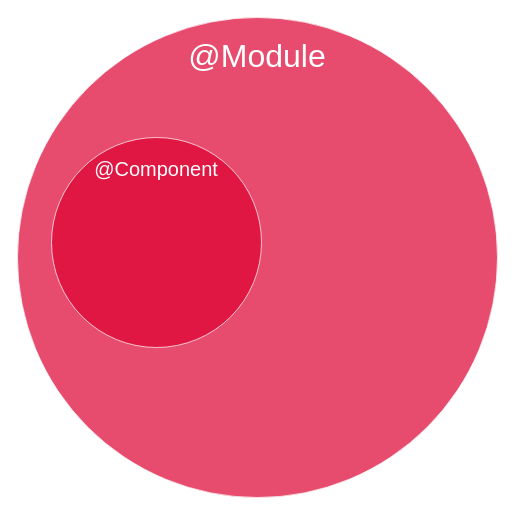
This is page "Angular" (4 of 5) of TypeScript.drawio from gjungb/Zeichnungen, a draw.io file, before an edit. Source tidied: cells renumbered, new cells numbered last; positions are measured from the earlier drawing's top-left corner, leaving out a move shared by most shapes. Both pictures are drawn from the tidied source at 100%, with x=0, y=0 at pixel (17, 17).
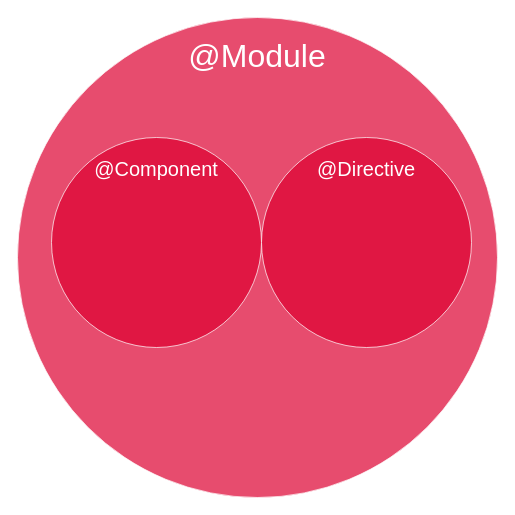
The same diagram, later.

Change to the diagram source:
```diff
@@
 <mxGraphModel>
   <root>
     <mxCell id="0" />
     <mxCell id="1" parent="0" />
     <mxCell id="2" value="@Module" style="ellipse;whiteSpace=wrap;html=1;fillColor=#DD0031;fontSize=32;fontColor=#FFFFFF;align=center;fontFamily=Fira Code;spacingRight=0;verticalAlign=top;spacing=15;strokeColor=#FFFFFF;opacity=70;" parent="1" vertex="1">
       <mxGeometry width="480" height="480" as="geometry" />
     </mxCell>
     <mxCell id="3" value="@Component" style="ellipse;whiteSpace=wrap;html=1;fillColor=#DD0031;fontSize=20;fontColor=#FFFFFF;align=center;fontFamily=Fira Code;spacingRight=0;verticalAlign=top;spacing=15;strokeColor=#FFFFFF;opacity=70;" parent="1" vertex="1">
       <mxGeometry x="34" y="120" width="210" height="210" as="geometry" />
     </mxCell>
+    <mxCell id="4" value="@Directive" style="ellipse;whiteSpace=wrap;html=1;fillColor=#DD0031;fontSize=20;fontColor=#FFFFFF;align=center;fontFamily=Fira Code;spacingRight=0;verticalAlign=top;spacing=15;strokeColor=#FFFFFF;opacity=70;" parent="1" vertex="1">
+      <mxGeometry x="244" y="120" width="210" height="210" as="geometry" />
+    </mxCell>
   </root>
 </mxGraphModel>
```
